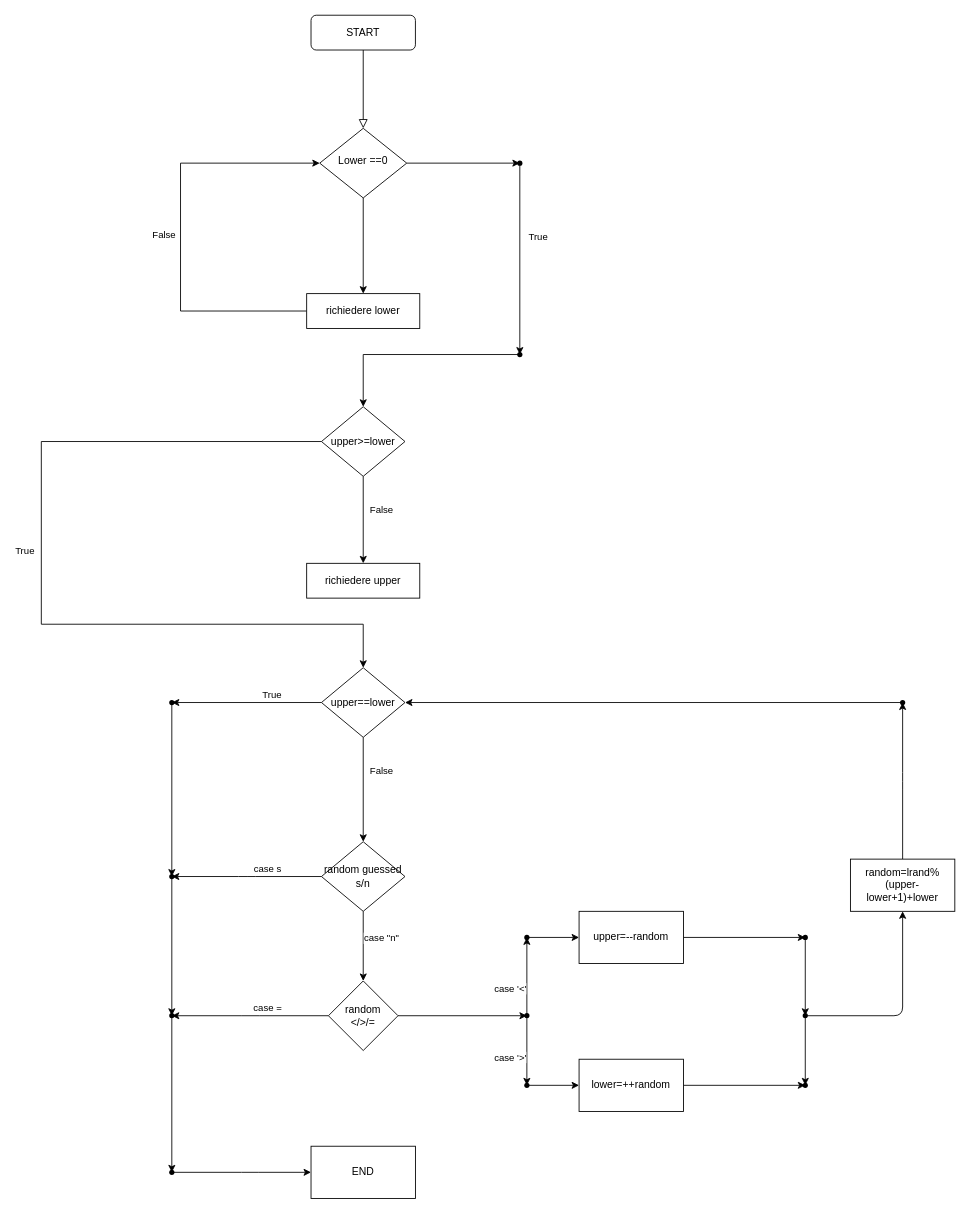
Fedda17/Flowchart keeps this draw.io diagram as Untitled Diagram.drawio. Above is the earlier version. Source tidied: cells renumbered, new cells numbered last; positions are measured from the earlier drawing's top-left corner, leaving out a move shared by most shapes. Both pictures are drawn from the tidied source at 87%, with x=0, y=0 at pixel (41, 15).
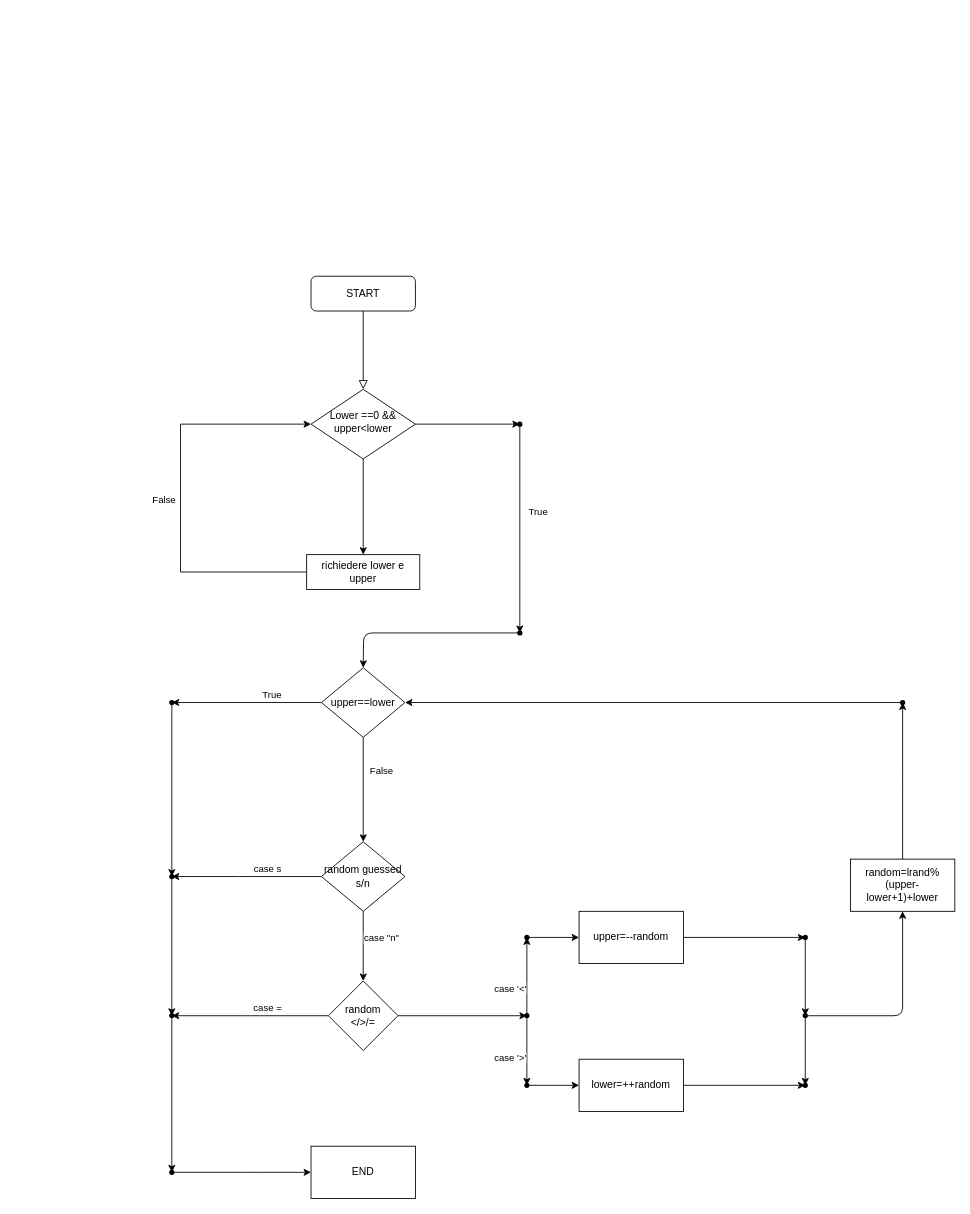
Above is the later version.

The change refers to these unchanged cells:
```xml
<mxCell id="24" value="upper==lower" style="rhombus;whiteSpace=wrap;html=1;" parent="1" vertex="1">
  <mxGeometry x="322" y="750" width="96" height="80" as="geometry" />
</mxCell>
```

Diff of the diagram source:
```diff
@@
     <mxCell id="3" value="START" style="rounded=1;whiteSpace=wrap;html=1;fontSize=12;glass=0;strokeWidth=1;shadow=0;" parent="1" vertex="1">
-      <mxGeometry x="310" width="120" height="40" as="geometry" />
+      <mxGeometry x="310" y="300" width="120" height="40" as="geometry" />
     </mxCell>
@@
-    <mxCell id="6" value="Lower ==0" style="rhombus;whiteSpace=wrap;html=1;shadow=0;fontFamily=Helvetica;fontSize=12;align=center;strokeWidth=1;spacing=6;spacingTop=-4;" parent="1" vertex="1">
-      <mxGeometry x="320" y="130" width="100" height="80" as="geometry" />
+    <mxCell id="6" value="Lower ==0 &amp;amp;&amp;amp; upper&amp;lt;lower" style="rhombus;whiteSpace=wrap;html=1;shadow=0;fontFamily=Helvetica;fontSize=12;align=center;strokeWidth=1;spacing=6;spacingTop=-4;" parent="1" vertex="1">
+      <mxGeometry x="310" y="430" width="120" height="80" as="geometry" />
     </mxCell>
-    <mxCell id="7" style="edgeStyle=orthogonalEdgeStyle;rounded=0;jettySize=auto;html=1;" parent="1" edge="1" source="11" target="19">
-      <mxGeometry relative="1" as="geometry" />
-    </mxCell>
-    <mxCell id="8" value="False" style="edgeLabel;html=1;align=center;verticalAlign=middle;" parent="7" vertex="1">
-      <mxGeometry x="-0.24" y="-2" relative="1" as="geometry">
-        <mxPoint x="22" as="offset" />
-      </mxGeometry>
-    </mxCell>
-    <mxCell id="9" style="edgeStyle=orthogonalEdgeStyle;rounded=0;jettySize=auto;html=1;" parent="1" edge="1" source="11" target="24">
-      <mxGeometry relative="1" as="geometry">
-        <Array as="points">
-          <mxPoint y="490" />
-          <mxPoint y="700" />
-          <mxPoint x="370" y="700" />
-        </Array>
-      </mxGeometry>
-    </mxCell>
-    <mxCell id="10" value="True" style="edgeLabel;html=1;align=center;verticalAlign=middle;" parent="9" vertex="1">
-      <mxGeometry x="-0.06" y="-2" relative="1" as="geometry">
-        <mxPoint x="-18" as="offset" />
-      </mxGeometry>
-    </mxCell>
-    <mxCell id="11" value="upper&amp;gt;=lower" style="rhombus;whiteSpace=wrap;html=1;" parent="1" vertex="1">
-      <mxGeometry x="322" y="450" width="96" height="80" as="geometry" />
-    </mxCell>
     <mxCell id="12" style="edgeStyle=orthogonalEdgeStyle;rounded=0;jettySize=auto;html=1;exitX=0;exitY=0.5;exitDx=0;exitDy=0;entryX=0;entryY=0.5;entryDx=0;entryDy=0;" parent="1" edge="1" source="14" target="6">
       <mxGeometry relative="1" as="geometry">
         <Array as="points">
-          <mxPoint x="160" y="340" />
-          <mxPoint x="160" y="170" />
+          <mxPoint x="160" y="640" />
+          <mxPoint x="160" y="470" />
         </Array>
       </mxGeometry>
     </mxCell>
@@
-    <mxCell id="14" value="richiedere lower" style="rounded=0;whiteSpace=wrap;html=1;" parent="1" vertex="1">
-      <mxGeometry x="305" y="320" width="130" height="40" as="geometry" />
+    <mxCell id="14" value="richiedere lower e upper" style="rounded=0;whiteSpace=wrap;html=1;" parent="1" vertex="1">
+      <mxGeometry x="305" y="620" width="130" height="40" as="geometry" />
     </mxCell>
-    <mxCell id="15" style="edgeStyle=orthogonalEdgeStyle;rounded=0;jettySize=auto;html=1;" parent="1" edge="1" source="17" target="56">
-      <mxGeometry relative="1" as="geometry" />
-    </mxCell>
-    <mxCell id="16" value="True" style="edgeLabel;html=1;align=center;verticalAlign=middle;" parent="15" vertex="1">
-      <mxGeometry x="-0.24" y="3" relative="1" as="geometry">
-        <mxPoint x="17" as="offset" />
-      </mxGeometry>
-    </mxCell>
+    <mxCell id="68" style="edgeStyle=orthogonalEdgeStyle;curved=0;rounded=1;sketch=0;jettySize=auto;html=1;" parent="1" edge="1" source="17" target="71">
+      <mxGeometry relative="1" as="geometry" />
+    </mxCell>
+    <mxCell id="69" value="True" style="edgeLabel;html=1;align=center;verticalAlign=middle;" parent="68" vertex="1">
+      <mxGeometry x="-0.29" y="-1" relative="1" as="geometry">
+        <mxPoint x="21" y="15" as="offset" />
+      </mxGeometry>
+    </mxCell>
     <mxCell id="17" style="shape=waypoint;size=6;points=[];perimeter=centerPerimeter;snapToPoint=1;shadow=0;strokeWidth=1;spacing=6;spacingTop=-4;" parent="1" vertex="1">
-      <mxGeometry x="530" y="150" width="40" height="40" as="geometry" />
+      <mxGeometry x="530" y="450" width="40" height="40" as="geometry" />
     </mxCell>
-    <mxCell id="18" style="edgeStyle=orthogonalEdgeStyle;rounded=0;jettySize=auto;html=1;startArrow=none;" parent="1" edge="1" source="56" target="11">
-      <mxGeometry relative="1" as="geometry">
-        <Array as="points">
-          <mxPoint x="550" y="390" />
-          <mxPoint x="370" y="390" />
-        </Array>
-      </mxGeometry>
-    </mxCell>
-    <mxCell id="19" value="richiedere upper" style="rounded=0;whiteSpace=wrap;html=1;" parent="1" vertex="1">
-      <mxGeometry x="305" y="630" width="130" height="40" as="geometry" />
-    </mxCell>
@@
-    <mxCell id="56" style="shape=waypoint;size=6;points=[];perimeter=centerPerimeter;snapToPoint=1;shadow=0;strokeWidth=1;spacing=6;spacingTop=-4;" parent="1" vertex="1">
-      <mxGeometry x="530" y="370" width="40" height="40" as="geometry" />
-    </mxCell>
-    <mxCell id="57" style="edgeStyle=orthogonalEdgeStyle;rounded=0;jettySize=auto;html=1;endArrow=none;" parent="1" edge="1" target="56">
+    <mxCell id="57" style="edgeStyle=orthogonalEdgeStyle;rounded=0;orthogonalLoop=1;jettySize=auto;html=1;endArrow=none;" parent="1" edge="1">
       <mxGeometry relative="1" as="geometry">
-        <mxPoint x="550" y="390" as="sourcePoint" />
+        <mxPoint x="550" y="690" as="sourcePoint" />
+        <mxPoint x="550" y="690" as="targetPoint" />
       </mxGeometry>
     </mxCell>
@@
+    <mxCell id="70" style="edgeStyle=orthogonalEdgeStyle;curved=0;rounded=1;sketch=0;jettySize=auto;html=1;" parent="1" edge="1" source="71">
+      <mxGeometry relative="1" as="geometry">
+        <mxPoint x="370" y="750" as="targetPoint" />
+      </mxGeometry>
+    </mxCell>
+    <mxCell id="71" style="shape=waypoint;size=6;points=[];perimeter=centerPerimeter;snapToPoint=1;shadow=0;strokeWidth=1;spacing=6;spacingTop=-4;" parent="1" vertex="1">
+      <mxGeometry x="530" y="690" width="40" height="40" as="geometry" />
+    </mxCell>
```
